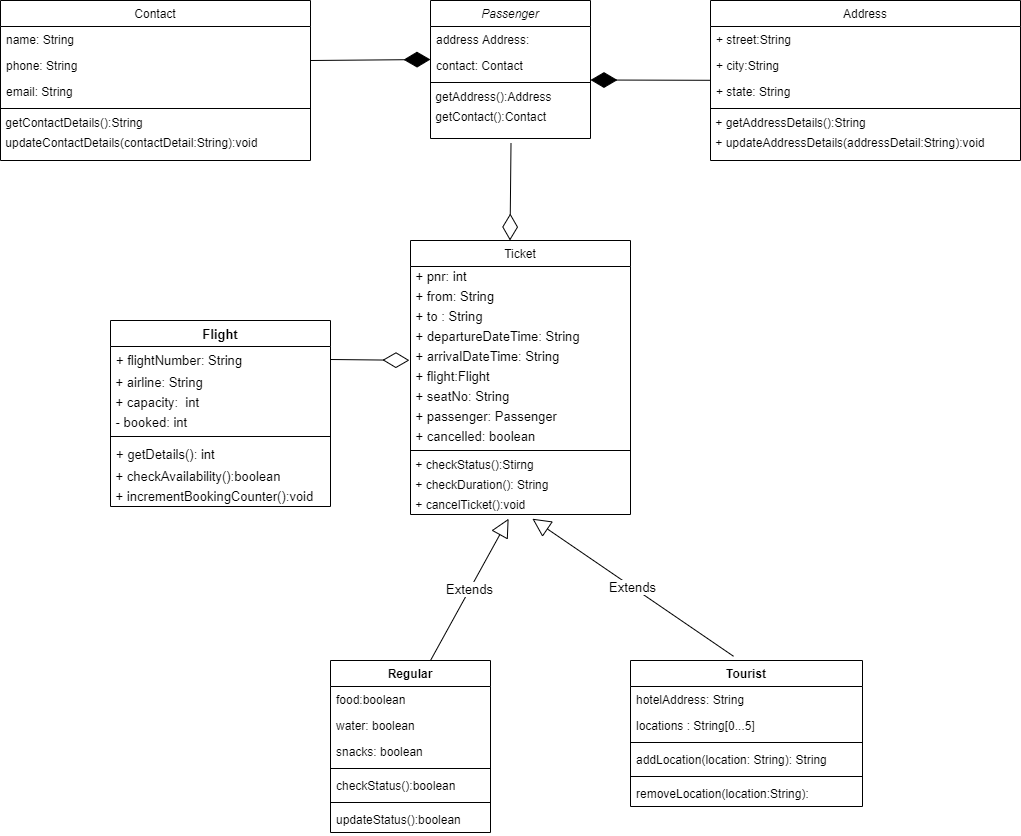
Above: UML.png in akumar1997/FlightReservationSystemProject (draw.io), before the change. Source tidied: cells renumbered, new cells last; positions are measured from the earlier drawing's top-left corner, leaving out a move shared by most shapes.
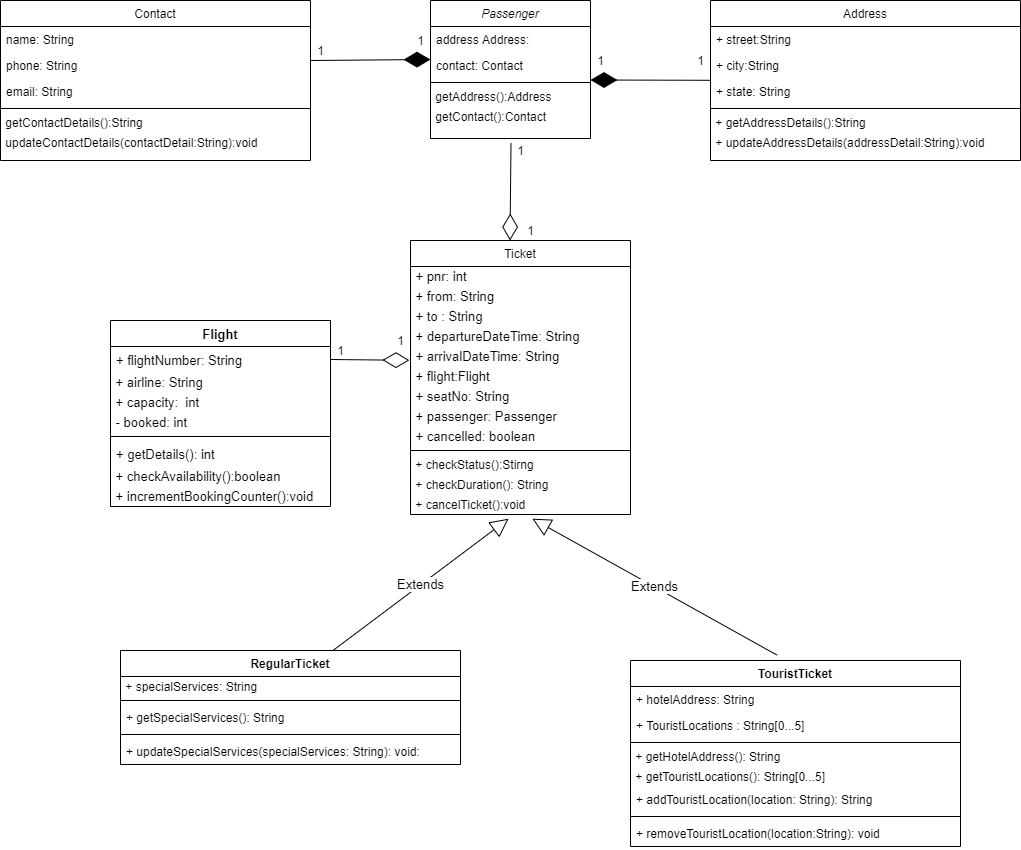
After the commit.

The edit, as a diff of the source:
```diff
@@ -104,50 +104,50 @@
     <mxCell id="35" value="&amp;nbsp;updateContactDetails(contactDetail:String):void" style="text;html=1;align=left;verticalAlign=middle;" parent="29" vertex="1">
       <mxGeometry y="132" width="310" height="20" as="geometry" />
     </mxCell>
-    <mxCell id="36" value="Regular" style="swimlane;fontStyle=1;align=center;verticalAlign=top;horizontal=1;startSize=26;" parent="1" vertex="1">
-      <mxGeometry x="330" y="660" width="160" height="172" as="geometry" />
+    <mxCell id="36" value="RegularTicket" style="swimlane;fontStyle=1;align=center;verticalAlign=top;horizontal=1;startSize=26;" parent="1" vertex="1">
+      <mxGeometry x="120" y="650" width="340" height="114" as="geometry" />
     </mxCell>
-    <mxCell id="37" value="food:boolean" style="text;strokeColor=none;fillColor=none;align=left;verticalAlign=top;spacingLeft=4;spacingRight=4;overflow=hidden;" parent="36" vertex="1">
-      <mxGeometry y="26" width="160" height="26" as="geometry" />
-    </mxCell>
-    <mxCell id="38" value="water: boolean" style="text;strokeColor=none;fillColor=none;align=left;verticalAlign=top;spacingLeft=4;spacingRight=4;overflow=hidden;" parent="36" vertex="1">
-      <mxGeometry y="52" width="160" height="26" as="geometry" />
-    </mxCell>
-    <mxCell id="39" value="snacks: boolean" style="text;strokeColor=none;fillColor=none;align=left;verticalAlign=top;spacingLeft=4;spacingRight=4;overflow=hidden;" parent="36" vertex="1">
-      <mxGeometry y="78" width="160" height="26" as="geometry" />
-    </mxCell>
+    <mxCell id="66" value="&amp;nbsp;+ specialServices: String" style="text;html=1;align=left;verticalAlign=middle;" parent="36" vertex="1">
+      <mxGeometry y="26" width="340" height="20" as="geometry" />
+    </mxCell>
     <mxCell id="40" style="line;strokeWidth=1;fillColor=none;align=left;verticalAlign=middle;spacingTop=-1;spacingLeft=3;spacingRight=3;labelPosition=right;" parent="36" vertex="1">
-      <mxGeometry y="104" width="160" height="8" as="geometry" />
+      <mxGeometry y="46" width="340" height="8" as="geometry" />
     </mxCell>
-    <mxCell id="41" value="checkStatus():boolean" style="text;strokeColor=none;fillColor=none;align=left;verticalAlign=top;spacingLeft=4;spacingRight=4;overflow=hidden;" parent="36" vertex="1">
-      <mxGeometry y="112" width="160" height="26" as="geometry" />
+    <mxCell id="41" value="+ getSpecialServices(): String" style="text;strokeColor=none;fillColor=none;align=left;verticalAlign=top;spacingLeft=4;spacingRight=4;overflow=hidden;" parent="36" vertex="1">
+      <mxGeometry y="54" width="340" height="26" as="geometry" />
     </mxCell>
     <mxCell id="42" style="line;strokeWidth=1;fillColor=none;align=left;verticalAlign=middle;spacingTop=-1;spacingLeft=3;spacingRight=3;labelPosition=right;" parent="36" vertex="1">
-      <mxGeometry y="138" width="160" height="8" as="geometry" />
+      <mxGeometry y="80" width="340" height="8" as="geometry" />
     </mxCell>
-    <mxCell id="43" value="updateStatus():boolean" style="text;strokeColor=none;fillColor=none;align=left;verticalAlign=top;spacingLeft=4;spacingRight=4;overflow=hidden;" parent="36" vertex="1">
-      <mxGeometry y="146" width="160" height="26" as="geometry" />
+    <mxCell id="43" value="+ updateSpecialServices(specialServices: String): void: " style="text;strokeColor=none;fillColor=none;align=left;verticalAlign=top;spacingLeft=4;spacingRight=4;overflow=hidden;" parent="36" vertex="1">
+      <mxGeometry y="88" width="340" height="26" as="geometry" />
     </mxCell>
-    <mxCell id="44" value="Tourist" style="swimlane;fontStyle=1;align=center;verticalAlign=top;horizontal=1;startSize=26;" parent="1" vertex="1">
-      <mxGeometry x="630" y="660" width="232" height="146" as="geometry" />
+    <mxCell id="44" value="TouristTicket" style="swimlane;fontStyle=1;align=center;verticalAlign=top;horizontal=1;startSize=26;" parent="1" vertex="1">
+      <mxGeometry x="630" y="660" width="330" height="186" as="geometry" />
     </mxCell>
-    <mxCell id="45" value="hotelAddress: String" style="text;strokeColor=none;fillColor=none;align=left;verticalAlign=top;spacingLeft=4;spacingRight=4;overflow=hidden;" parent="44" vertex="1">
-      <mxGeometry y="26" width="232" height="26" as="geometry" />
+    <mxCell id="45" value="+ hotelAddress: String" style="text;strokeColor=none;fillColor=none;align=left;verticalAlign=top;spacingLeft=4;spacingRight=4;overflow=hidden;" parent="44" vertex="1">
+      <mxGeometry y="26" width="330" height="26" as="geometry" />
     </mxCell>
-    <mxCell id="46" value="locations : String[0...5]" style="text;strokeColor=none;fillColor=none;align=left;verticalAlign=top;spacingLeft=4;spacingRight=4;overflow=hidden;" parent="44" vertex="1">
-      <mxGeometry y="52" width="232" height="26" as="geometry" />
+    <mxCell id="46" value="+ TouristLocations : String[0...5]" style="text;strokeColor=none;fillColor=none;align=left;verticalAlign=top;spacingLeft=4;spacingRight=4;overflow=hidden;" parent="44" vertex="1">
+      <mxGeometry y="52" width="330" height="26" as="geometry" />
     </mxCell>
     <mxCell id="47" style="line;strokeWidth=1;fillColor=none;align=left;verticalAlign=middle;spacingTop=-1;spacingLeft=3;spacingRight=3;labelPosition=right;" parent="44" vertex="1">
-      <mxGeometry y="78" width="232" height="8" as="geometry" />
+      <mxGeometry y="78" width="330" height="8" as="geometry" />
     </mxCell>
+    <mxCell id="67" value="&amp;nbsp;+ getHotelAddress(): String" style="text;html=1;align=left;verticalAlign=middle;" parent="44" vertex="1">
+      <mxGeometry y="86" width="330" height="20" as="geometry" />
+    </mxCell>
+    <mxCell id="68" value="&amp;nbsp;+ getTouristLocations(): String[0...5]" style="text;html=1;align=left;verticalAlign=middle;" parent="44" vertex="1">
+      <mxGeometry y="106" width="330" height="20" as="geometry" />
+    </mxCell>
-    <mxCell id="48" value="addLocation(location: String): String" style="text;strokeColor=none;fillColor=none;align=left;verticalAlign=top;spacingLeft=4;spacingRight=4;overflow=hidden;" parent="44" vertex="1">
-      <mxGeometry y="86" width="232" height="26" as="geometry" />
+    <mxCell id="48" value="+ addTouristLocation(location: String): String" style="text;strokeColor=none;fillColor=none;align=left;verticalAlign=top;spacingLeft=4;spacingRight=4;overflow=hidden;" parent="44" vertex="1">
+      <mxGeometry y="126" width="330" height="26" as="geometry" />
     </mxCell>
     <mxCell id="49" style="line;strokeWidth=1;fillColor=none;align=left;verticalAlign=middle;spacingTop=-1;spacingLeft=3;spacingRight=3;labelPosition=right;" parent="44" vertex="1">
-      <mxGeometry y="112" width="232" height="8" as="geometry" />
+      <mxGeometry y="152" width="330" height="8" as="geometry" />
     </mxCell>
-    <mxCell id="50" value="removeLocation(location:String): " style="text;strokeColor=none;fillColor=none;align=left;verticalAlign=top;spacingLeft=4;spacingRight=4;overflow=hidden;" parent="44" vertex="1">
-      <mxGeometry y="120" width="232" height="26" as="geometry" />
+    <mxCell id="50" value="+ removeTouristLocation(location:String): void" style="text;strokeColor=none;fillColor=none;align=left;verticalAlign=top;spacingLeft=4;spacingRight=4;overflow=hidden;" parent="44" vertex="1">
+      <mxGeometry y="160" width="330" height="26" as="geometry" />
     </mxCell>
     <mxCell id="51" style="endArrow=diamondThin;endFill=1;endSize=24;html=1;fontSize=13;" parent="1" edge="1">
       <mxGeometry relative="1" as="geometry">
@@ -202,5 +202,29 @@
         <mxPoint x="509.5" y="240" as="targetPoint" />
       </mxGeometry>
     </mxCell>
+    <mxCell id="69" value="1" style="text;html=1;align=center;verticalAlign=middle;" parent="1" vertex="1">
+      <mxGeometry x="510" y="140" width="20" height="20" as="geometry" />
+    </mxCell>
+    <mxCell id="70" value="1" style="text;html=1;align=center;verticalAlign=middle;" parent="1" vertex="1">
+      <mxGeometry x="520" y="220" width="20" height="20" as="geometry" />
+    </mxCell>
+    <mxCell id="71" value="1" style="text;html=1;align=center;verticalAlign=middle;" parent="1" vertex="1">
+      <mxGeometry x="310" y="40" width="20" height="20" as="geometry" />
+    </mxCell>
+    <mxCell id="72" value="1" style="text;html=1;align=center;verticalAlign=middle;" parent="1" vertex="1">
+      <mxGeometry x="410" y="30" width="20" height="20" as="geometry" />
+    </mxCell>
+    <mxCell id="73" value="1" style="text;html=1;align=center;verticalAlign=middle;" parent="1" vertex="1">
+      <mxGeometry x="590" y="50" width="20" height="20" as="geometry" />
+    </mxCell>
+    <mxCell id="74" value="1" style="text;html=1;align=center;verticalAlign=middle;" parent="1" vertex="1">
+      <mxGeometry x="690" y="50" width="20" height="20" as="geometry" />
+    </mxCell>
+    <mxCell id="75" value="1" style="text;html=1;align=center;verticalAlign=middle;" parent="1" vertex="1">
+      <mxGeometry x="330" y="340" width="20" height="20" as="geometry" />
+    </mxCell>
+    <mxCell id="76" value="1" style="text;html=1;align=center;verticalAlign=middle;" parent="1" vertex="1">
+      <mxGeometry x="390" y="330" width="20" height="20" as="geometry" />
+    </mxCell>
   </root>
 </mxGraphModel>
```
